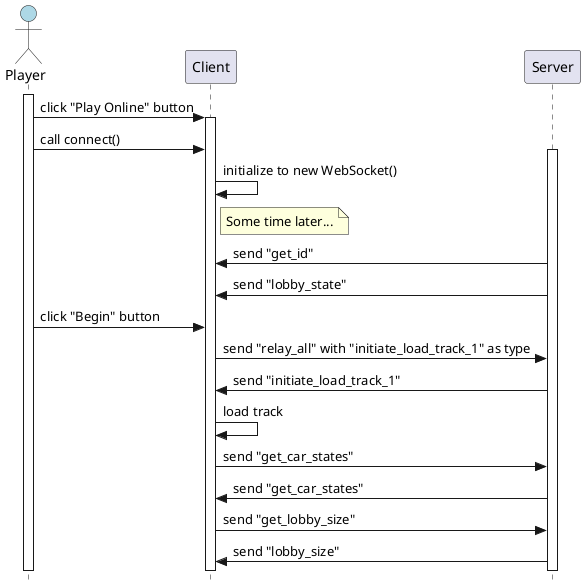
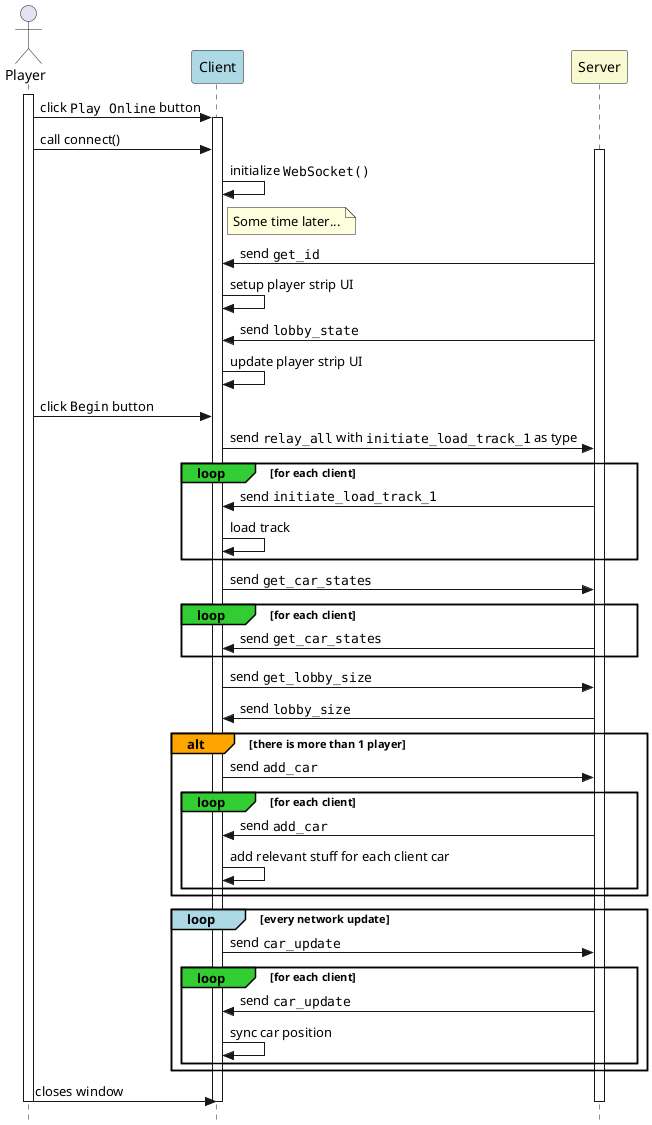
@startuml OnlineRacer Connection Diagram
skinparam style strictuml

' participant mainMenu #white
- actor Player #LightBlue
- participant Client
- participant Server
+ actor Player
+ participant Client #LightBlue
+ participant Server #LightGoldenRodYellow

Player++
- Player -> Client : click "Play Online" button
+ Player -> Client : click ""Play Online"" button
Client++
Player -> Client : call connect()
Server++

- Client -> Client : initialize to new WebSocket()
+ Client -> Client : initialize ""WebSocket()""

note right of Client : Some time later...

- Server -> Client : send "get_id"
- Server -> Client : send "lobby_state"
+ Server -> Client : send ""get_id""
+ Client -> Client : setup player strip UI

- Player -> Client : click "Begin" button
+ Server -> Client : send ""lobby_state""
+ Client -> Client : update player strip UI

- Client -> Server : send "relay_all" with "initiate_load_track_1" as type
- Server -> Client : send "initiate_load_track_1"
- Client -> Client : load track
+ Player -> Client : click ""Begin"" button

- Client -> Server : send "get_car_states"
- Server -> Client : send "get_car_states"
+ Client -> Server : send ""relay_all"" with ""initiate_load_track_1"" as type

- Client -> Server : send "get_lobby_size"
- Server -> Client : send "lobby_size"
+ loop#LimeGreen for each client
+     Server -> Client : send ""initiate_load_track_1""
+     Client -> Client : load track
+ end
+ 
+ Client -> Server : send ""get_car_states""
+ loop#LimeGreen for each client
+     Server -> Client : send ""get_car_states""
+ end
+ 
+ Client -> Server : send ""get_lobby_size""
+ Server -> Client : send ""lobby_size""
+ 
+ alt#Orange there is more than 1 player
+     Client -> Server : send ""add_car""
+     loop#LimeGreen for each client
+         Server -> Client : send ""add_car""
+         Client -> Client : add relevant stuff for each client car
+     end
+ end
+ 
+ loop#LightBlue every network update
+     Client -> Server : send ""car_update""
+     loop#LimeGreen for each client
+         Server -> Client : send ""car_update""
+         Client -> Client : sync car position
+     end
+ end
+ 
+ Player -> Client : closes window
+ Player--
+ Client--
+ Server--

@enduml